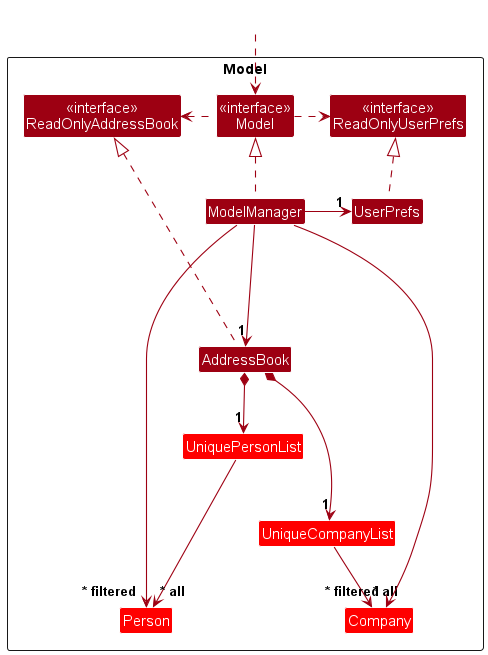
Above: docs/images/ModelClassDiagram.png in oeggy03/tp (PlantUML), before the change. Its diagram source:
```plantuml
@startuml
!include style.puml
skinparam arrowThickness 1.1
skinparam arrowColor MODEL_COLOR
skinparam classBackgroundColor MODEL_COLOR

Package Model as ModelPackage <<Rectangle>>{
Class "<<interface>>\nReadOnlyAddressBook" as ReadOnlyAddressBook
Class "<<interface>>\nReadOnlyUserPrefs" as ReadOnlyUserPrefs
Class "<<interface>>\nModel" as Model
Class AddressBook
Class ModelManager
Class UserPrefs

Class UniquePersonList #FF0000
Class Person #FF0000

Class UniqueCompanyList #FF0000
Class Company #FF0000

Class I #FFFFFF
}

Class HiddenOutside #FFFFFF
HiddenOutside ..> Model

AddressBook .up.|> ReadOnlyAddressBook

ModelManager .up.|> Model
Model .right.> ReadOnlyUserPrefs
Model .left.> ReadOnlyAddressBook
ModelManager -down--> "1" AddressBook
ModelManager -right-> "1" UserPrefs
UserPrefs .up.|> ReadOnlyUserPrefs

AddressBook *--> "1" UniquePersonList
UniquePersonList --> "~* all" Person

AddressBook *---> "1" UniqueCompanyList
UniqueCompanyList --> "~* all" Company

Person -[hidden]up--> I
UniquePersonList -[hidden]right-> I

ModelManager --> "~* filtered" Person
ModelManager --> "~* filtered" Company
@enduml
```
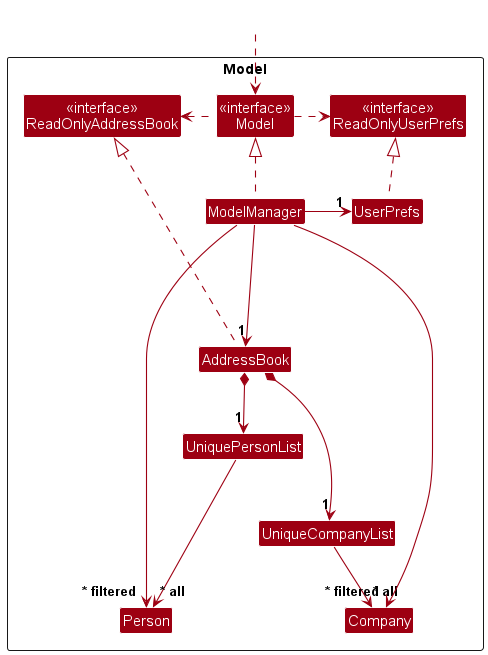
After the change.

Commit message:
Update the color of ModelClassDiagram for readability and standardisation

Change to the diagram source:
```diff
@@ -12,11 +12,11 @@
 Class ModelManager
 Class UserPrefs
 
-Class UniquePersonList #FF0000
-Class Person #FF0000
+Class UniquePersonList
+Class Person
 
-Class UniqueCompanyList #FF0000
-Class Company #FF0000
+Class UniqueCompanyList
+Class Company
 
 Class I #FFFFFF
 }
```
